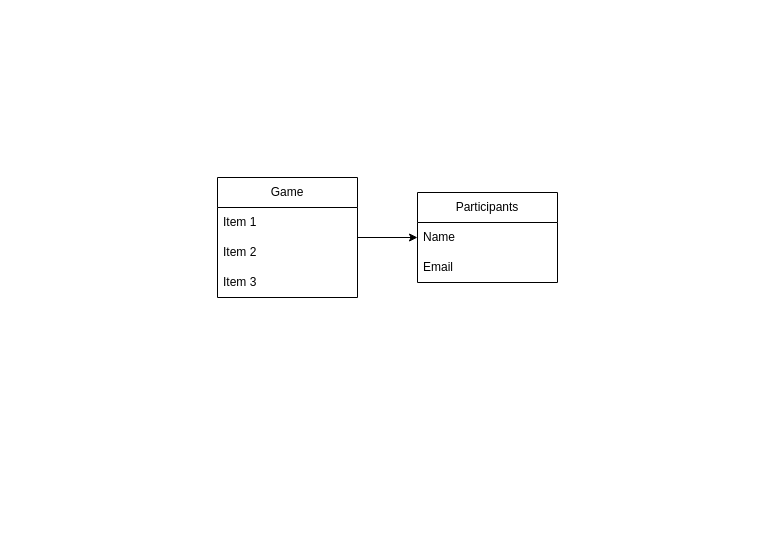
Above: docs/Diagrama de entidades.drawio in fredmessias43/bingo (draw.io), before the change. Source tidied: cells renumbered, new cells numbered last; positions are measured from the earlier drawing's top-left corner, leaving out a move shared by most shapes. Both pictures are drawn from the tidied source at 100%, with x=0, y=0 at pixel (217, 177).
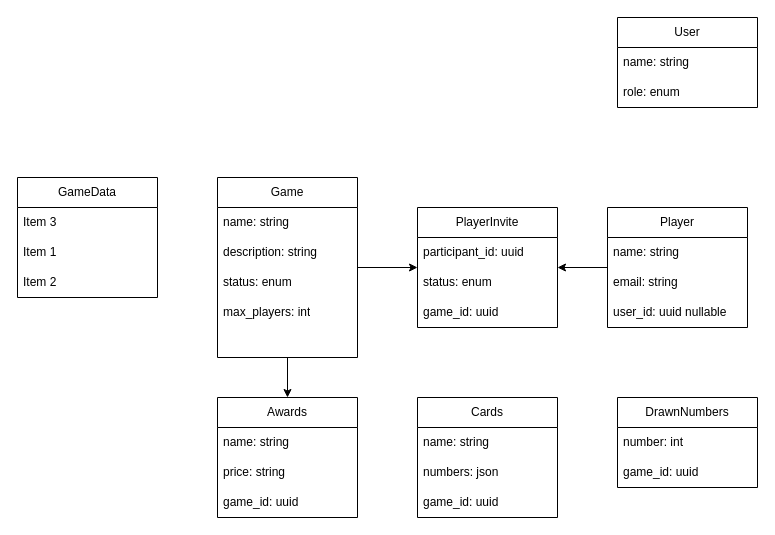
The same diagram, later.

Change to the diagram source:
```diff
@@
-    <mxCell id="2" style="edgeStyle=orthogonalEdgeStyle;rounded=0;jettySize=auto;html=1;" parent="1" edge="1" source="3" target="7">
-      <mxGeometry relative="1" as="geometry" />
-    </mxCell>
+    <mxCell id="10" style="edgeStyle=none;html=1;" parent="1" edge="1" source="3" target="23">
+      <mxGeometry relative="1" as="geometry" />
+    </mxCell>
+    <mxCell id="11" style="edgeStyle=none;html=1;" parent="1" edge="1" source="3" target="30">
+      <mxGeometry relative="1" as="geometry" />
+    </mxCell>
     <mxCell id="3" value="Game" style="swimlane;fontStyle=0;horizontal=1;startSize=30;whiteSpace=wrap;html=1;" parent="1" vertex="1">
-      <mxGeometry width="140" height="120" as="geometry" />
+      <mxGeometry width="140" height="180" as="geometry" />
     </mxCell>
+    <mxCell id="12" value="name: string" style="text;strokeColor=none;fillColor=none;align=left;verticalAlign=middle;spacingLeft=4;spacingRight=4;overflow=hidden;whiteSpace=wrap;html=1;" parent="3" vertex="1">
+      <mxGeometry y="30" width="140" height="30" as="geometry" />
+    </mxCell>
+    <mxCell id="13" value="description: string" style="text;strokeColor=none;fillColor=none;align=left;verticalAlign=middle;spacingLeft=4;spacingRight=4;overflow=hidden;whiteSpace=wrap;html=1;" parent="3" vertex="1">
+      <mxGeometry y="60" width="140" height="30" as="geometry" />
+    </mxCell>
+    <mxCell id="14" value="status: enum" style="text;strokeColor=none;fillColor=none;align=left;verticalAlign=middle;spacingLeft=4;spacingRight=4;overflow=hidden;whiteSpace=wrap;html=1;" parent="3" vertex="1">
+      <mxGeometry y="90" width="140" height="30" as="geometry" />
+    </mxCell>
+    <mxCell id="15" value="max_players: int" style="text;strokeColor=none;fillColor=none;align=left;verticalAlign=middle;spacingLeft=4;spacingRight=4;overflow=hidden;whiteSpace=wrap;html=1;" parent="3" vertex="1">
+      <mxGeometry y="120" width="140" height="30" as="geometry" />
+    </mxCell>
+    <mxCell id="16" style="text;strokeColor=none;fillColor=none;align=left;verticalAlign=middle;spacingLeft=4;spacingRight=4;overflow=hidden;whiteSpace=wrap;html=1;" parent="3" vertex="1">
+      <mxGeometry y="150" width="140" height="30" as="geometry" />
+    </mxCell>
+    <mxCell id="17" style="edgeStyle=none;html=1;" parent="1" edge="1" source="18" target="30">
+      <mxGeometry relative="1" as="geometry" />
+    </mxCell>
+    <mxCell id="18" value="Player" style="swimlane;fontStyle=0;horizontal=1;startSize=30;whiteSpace=wrap;html=1;swimlaneLine=1;" parent="1" vertex="1">
+      <mxGeometry x="390" y="30" width="140" height="120" as="geometry" />
+    </mxCell>
+    <mxCell id="19" value="name: string" style="text;strokeColor=none;fillColor=none;align=left;verticalAlign=middle;spacingLeft=4;spacingRight=4;overflow=hidden;whiteSpace=wrap;html=1;" parent="18" vertex="1">
+      <mxGeometry y="30" width="140" height="30" as="geometry" />
+    </mxCell>
+    <mxCell id="20" value="email: string" style="text;strokeColor=none;fillColor=none;align=left;verticalAlign=middle;spacingLeft=4;spacingRight=4;overflow=hidden;whiteSpace=wrap;html=1;" parent="18" vertex="1">
+      <mxGeometry y="60" width="140" height="30" as="geometry" />
+    </mxCell>
+    <mxCell id="21" value="user_id: uuid nullable" style="text;strokeColor=none;fillColor=none;align=left;verticalAlign=middle;spacingLeft=4;spacingRight=4;overflow=hidden;whiteSpace=wrap;html=1;" parent="18" vertex="1">
+      <mxGeometry y="90" width="140" height="30" as="geometry" />
+    </mxCell>
+    <mxCell id="22" value="GameData" style="swimlane;fontStyle=0;horizontal=1;startSize=30;whiteSpace=wrap;html=1;" parent="1" vertex="1">
+      <mxGeometry x="-200" width="140" height="120" as="geometry" />
+    </mxCell>
+    <mxCell id="6" value="Item 3" style="text;strokeColor=none;fillColor=none;align=left;verticalAlign=middle;spacingLeft=4;spacingRight=4;overflow=hidden;whiteSpace=wrap;html=1;" parent="22" vertex="1">
+      <mxGeometry y="30" width="140" height="30" as="geometry" />
+    </mxCell>
-    <mxCell id="4" value="Item 1" style="text;strokeColor=none;fillColor=none;align=left;verticalAlign=middle;spacingLeft=4;spacingRight=4;overflow=hidden;whiteSpace=wrap;html=1;" parent="3" vertex="1">
-      <mxGeometry y="30" width="140" height="30" as="geometry" />
+    <mxCell id="4" value="Item 1" style="text;strokeColor=none;fillColor=none;align=left;verticalAlign=middle;spacingLeft=4;spacingRight=4;overflow=hidden;whiteSpace=wrap;html=1;" parent="22" vertex="1">
+      <mxGeometry y="60" width="140" height="30" as="geometry" />
     </mxCell>
-    <mxCell id="5" value="Item 2" style="text;strokeColor=none;fillColor=none;align=left;verticalAlign=middle;spacingLeft=4;spacingRight=4;overflow=hidden;whiteSpace=wrap;html=1;" parent="3" vertex="1">
-      <mxGeometry y="60" width="140" height="30" as="geometry" />
+    <mxCell id="5" value="Item 2" style="text;strokeColor=none;fillColor=none;align=left;verticalAlign=middle;spacingLeft=4;spacingRight=4;overflow=hidden;whiteSpace=wrap;html=1;" parent="22" vertex="1">
+      <mxGeometry y="90" width="140" height="30" as="geometry" />
     </mxCell>
-    <mxCell id="6" value="Item 3" style="text;strokeColor=none;fillColor=none;align=left;verticalAlign=middle;spacingLeft=4;spacingRight=4;overflow=hidden;whiteSpace=wrap;html=1;" parent="3" vertex="1">
-      <mxGeometry y="90" width="140" height="30" as="geometry" />
-    </mxCell>
-    <mxCell id="7" value="Participants" style="swimlane;fontStyle=0;horizontal=1;startSize=30;whiteSpace=wrap;html=1;" parent="1" vertex="1">
-      <mxGeometry x="200" y="15" width="140" height="90" as="geometry" />
-    </mxCell>
-    <mxCell id="8" value="Name&lt;span style=&quot;white-space: pre;&quot;&gt;&#9;&lt;/span&gt;&lt;span style=&quot;white-space: pre;&quot;&gt;&#9;&lt;/span&gt;" style="text;strokeColor=none;fillColor=none;align=left;verticalAlign=middle;spacingLeft=4;spacingRight=4;overflow=hidden;whiteSpace=wrap;html=1;" parent="7" vertex="1">
-      <mxGeometry y="30" width="140" height="30" as="geometry" />
-    </mxCell>
-    <mxCell id="9" value="Email" style="text;strokeColor=none;fillColor=none;align=left;verticalAlign=middle;spacingLeft=4;spacingRight=4;overflow=hidden;whiteSpace=wrap;html=1;" parent="7" vertex="1">
-      <mxGeometry y="60" width="140" height="30" as="geometry" />
-    </mxCell>
+    <mxCell id="23" value="Awards" style="swimlane;fontStyle=0;horizontal=1;startSize=30;whiteSpace=wrap;html=1;" parent="1" vertex="1">
+      <mxGeometry y="220" width="140" height="120" as="geometry" />
+    </mxCell>
+    <mxCell id="24" value="name: string" style="text;strokeColor=none;fillColor=none;align=left;verticalAlign=middle;spacingLeft=4;spacingRight=4;overflow=hidden;whiteSpace=wrap;html=1;" parent="23" vertex="1">
+      <mxGeometry y="30" width="140" height="30" as="geometry" />
+    </mxCell>
+    <mxCell id="25" value="price: string" style="text;strokeColor=none;fillColor=none;align=left;verticalAlign=middle;spacingLeft=4;spacingRight=4;overflow=hidden;whiteSpace=wrap;html=1;" parent="23" vertex="1">
+      <mxGeometry y="60" width="140" height="30" as="geometry" />
+    </mxCell>
+    <mxCell id="26" value="game_id: uuid" style="text;strokeColor=none;fillColor=none;align=left;verticalAlign=middle;spacingLeft=4;spacingRight=4;overflow=hidden;whiteSpace=wrap;html=1;" parent="23" vertex="1">
+      <mxGeometry y="90" width="140" height="30" as="geometry" />
+    </mxCell>
+    <mxCell id="27" value="User" style="swimlane;fontStyle=0;horizontal=1;startSize=30;whiteSpace=wrap;html=1;" parent="1" vertex="1">
+      <mxGeometry x="400" y="-160" width="140" height="90" as="geometry" />
+    </mxCell>
+    <mxCell id="28" value="name: string" style="text;strokeColor=none;fillColor=none;align=left;verticalAlign=middle;spacingLeft=4;spacingRight=4;overflow=hidden;whiteSpace=wrap;html=1;" parent="27" vertex="1">
+      <mxGeometry y="30" width="140" height="30" as="geometry" />
+    </mxCell>
+    <mxCell id="29" value="role: enum&amp;nbsp;&amp;nbsp;" style="text;strokeColor=none;fillColor=none;align=left;verticalAlign=middle;spacingLeft=4;spacingRight=4;overflow=hidden;whiteSpace=wrap;html=1;" parent="27" vertex="1">
+      <mxGeometry y="60" width="140" height="30" as="geometry" />
+    </mxCell>
+    <mxCell id="30" value="PlayerInvite" style="swimlane;fontStyle=0;horizontal=1;startSize=30;whiteSpace=wrap;html=1;" parent="1" vertex="1">
+      <mxGeometry x="200" y="30" width="140" height="120" as="geometry" />
+    </mxCell>
+    <mxCell id="31" value="participant_id: uuid" style="text;strokeColor=none;fillColor=none;align=left;verticalAlign=middle;spacingLeft=4;spacingRight=4;overflow=hidden;whiteSpace=wrap;html=1;" parent="30" vertex="1">
+      <mxGeometry y="30" width="140" height="30" as="geometry" />
+    </mxCell>
+    <mxCell id="32" value="status: enum" style="rhombus;whiteSpace=wrap;html=1;align=left;fillColor=none;strokeColor=none;gradientColor=none;spacingLeft=4;spacingRight=4;" parent="30" vertex="1">
+      <mxGeometry y="60" width="140" height="30" as="geometry" />
+    </mxCell>
+    <mxCell id="33" value="game_id: uuid" style="text;strokeColor=none;fillColor=none;align=left;verticalAlign=middle;spacingLeft=4;spacingRight=4;overflow=hidden;whiteSpace=wrap;html=1;" parent="30" vertex="1">
+      <mxGeometry y="90" width="140" height="30" as="geometry" />
+    </mxCell>
+    <mxCell id="34" value="Cards" style="swimlane;fontStyle=0;horizontal=1;startSize=30;whiteSpace=wrap;html=1;" parent="1" vertex="1">
+      <mxGeometry x="200" y="220" width="140" height="120" as="geometry" />
+    </mxCell>
+    <mxCell id="35" value="name: string" style="text;strokeColor=none;fillColor=none;align=left;verticalAlign=middle;spacingLeft=4;spacingRight=4;overflow=hidden;whiteSpace=wrap;html=1;" parent="34" vertex="1">
+      <mxGeometry y="30" width="140" height="30" as="geometry" />
+    </mxCell>
+    <mxCell id="36" value="numbers: json" style="text;strokeColor=none;fillColor=none;align=left;verticalAlign=middle;spacingLeft=4;spacingRight=4;overflow=hidden;whiteSpace=wrap;html=1;" parent="34" vertex="1">
+      <mxGeometry y="60" width="140" height="30" as="geometry" />
+    </mxCell>
+    <mxCell id="37" value="game_id: uuid" style="text;strokeColor=none;fillColor=none;align=left;verticalAlign=middle;spacingLeft=4;spacingRight=4;overflow=hidden;whiteSpace=wrap;html=1;" parent="34" vertex="1">
+      <mxGeometry y="90" width="140" height="30" as="geometry" />
+    </mxCell>
+    <mxCell id="38" value="DrawnNumbers" style="swimlane;fontStyle=0;horizontal=1;startSize=30;whiteSpace=wrap;html=1;" parent="1" vertex="1">
+      <mxGeometry x="400" y="220" width="140" height="90" as="geometry" />
+    </mxCell>
+    <mxCell id="39" value="number: int" style="text;strokeColor=none;fillColor=none;align=left;verticalAlign=middle;spacingLeft=4;spacingRight=4;overflow=hidden;whiteSpace=wrap;html=1;" parent="38" vertex="1">
+      <mxGeometry y="30" width="140" height="30" as="geometry" />
+    </mxCell>
+    <mxCell id="40" value="game_id: uuid" style="text;strokeColor=none;fillColor=none;align=left;verticalAlign=middle;spacingLeft=4;spacingRight=4;overflow=hidden;whiteSpace=wrap;html=1;" parent="38" vertex="1">
+      <mxGeometry y="60" width="140" height="30" as="geometry" />
+    </mxCell>
```
